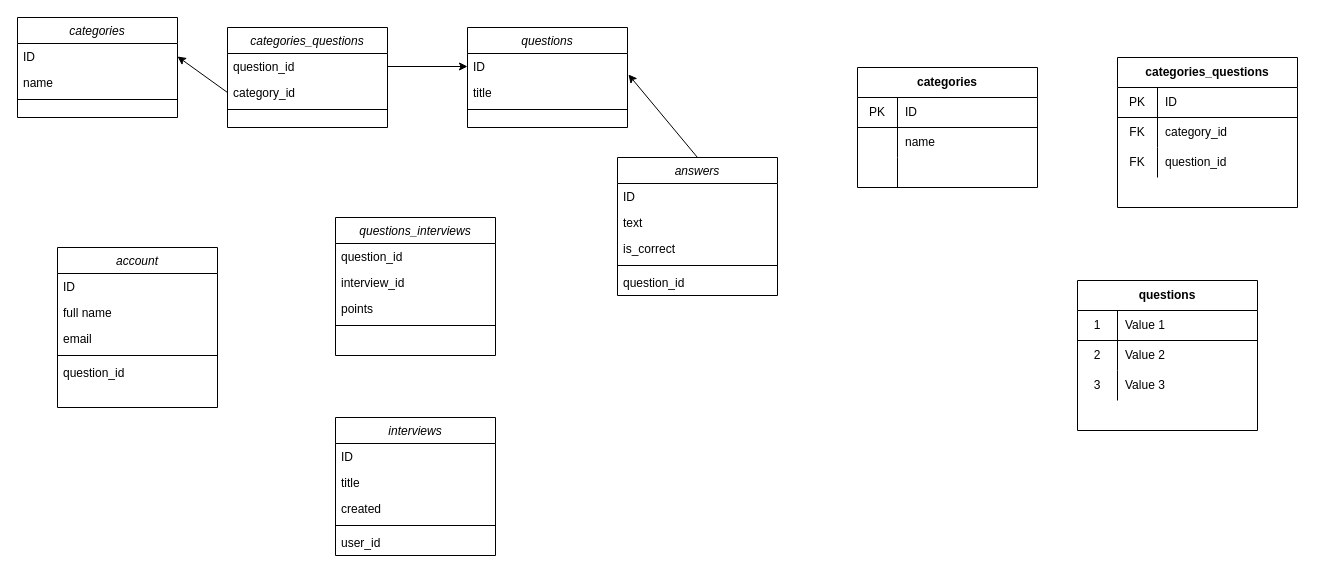
This is Untitled Diagram.drawio from marina-bozic/s3-terraform, a draw.io file, before an edit. Source tidied: cells renumbered, new cells numbered last; positions are measured from the earlier drawing's top-left corner, leaving out a move shared by most shapes. Both pictures are drawn from the tidied source at 100%, with x=0, y=0 at pixel (17, 17).
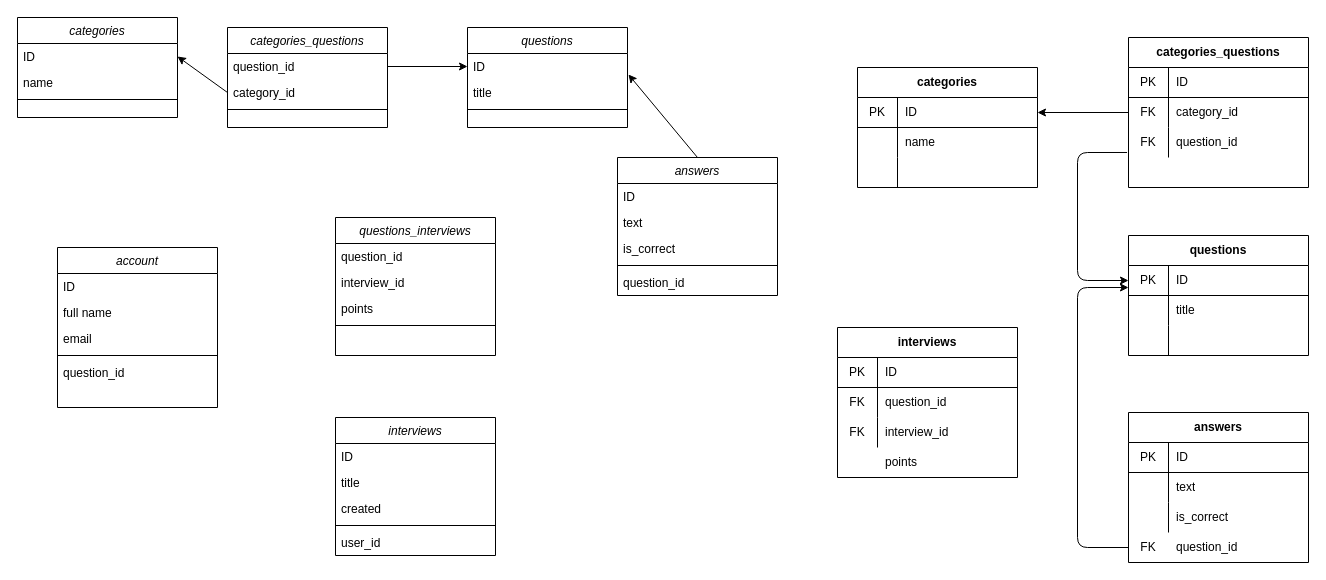
After the change.

Unchanged cells that the change refers to:
```xml
<mxCell id="41" style="shape=partialRectangle;html=1;whiteSpace=wrap;fillColor=none;top=0;left=0;bottom=1;right=0;points=[[0,0.5],[1,0.5]];portConstraint=eastwest;" parent="40" vertex="1">
  <mxGeometry y="30" width="180" height="30" as="geometry" />
</mxCell>
<mxCell id="54" style="shape=partialRectangle;html=1;whiteSpace=wrap;fillColor=none;top=0;left=0;bottom=0;right=0;points=[[0,0.5],[1,0.5]];portConstraint=eastwest;" parent="50" vertex="1">
  <mxGeometry y="60" width="180" height="30" as="geometry" />
</mxCell>
<mxCell id="57" style="shape=partialRectangle;html=1;whiteSpace=wrap;fillColor=none;top=0;left=0;bottom=0;right=0;points=[[0,0.5],[1,0.5]];portConstraint=eastwest;" parent="50" vertex="1">
  <mxGeometry y="90" width="180" height="30" as="geometry" />
</mxCell>
<mxCell id="61" style="shape=partialRectangle;html=1;whiteSpace=wrap;fillColor=none;top=0;left=0;bottom=1;right=0;points=[[0,0.5],[1,0.5]];portConstraint=eastwest;" parent="60" vertex="1">
  <mxGeometry y="30" width="180" height="30" as="geometry" />
</mxCell>
<mxCell id="64" style="shape=partialRectangle;html=1;whiteSpace=wrap;fillColor=none;top=0;left=0;bottom=0;right=0;" parent="60" vertex="1">
  <mxGeometry y="60" width="180" height="30" as="geometry" />
</mxCell>
<mxCell id="67" style="shape=partialRectangle;html=1;whiteSpace=wrap;fillColor=none;top=0;left=0;bottom=0;right=0;" parent="60" vertex="1">
  <mxGeometry y="90" width="180" height="30" as="geometry" />
</mxCell>
```

Diff of the diagram source:
```diff
@@
     <mxCell id="50" value="categories_questions" style="shape=table;html=1;whiteSpace=wrap;startSize=30;childLayout=tableLayout;rowLines=0;fontStyle=1;align=center;" parent="1" vertex="1">
-      <mxGeometry x="1100" y="40" width="180" height="150" as="geometry" />
+      <mxGeometry x="1111" y="20" width="180" height="150" as="geometry" />
     </mxCell>
@@
     <mxCell id="60" value="questions" style="shape=table;html=1;whiteSpace=wrap;startSize=30;childLayout=tableLayout;rowLines=0;fontStyle=1;align=center;" parent="1" vertex="1">
-      <mxGeometry x="1060" y="263" width="180" height="150" as="geometry" />
+      <mxGeometry x="1111" y="218" width="180" height="120" as="geometry" />
     </mxCell>
@@
-    <mxCell id="62" value="1" style="shape=partialRectangle;html=1;whiteSpace=wrap;fillColor=none;top=0;left=0;bottom=0;right=0;overflow=hidden;" parent="61" vertex="1">
+    <mxCell id="62" value="PK" style="shape=partialRectangle;html=1;whiteSpace=wrap;fillColor=none;top=0;left=0;bottom=0;right=0;overflow=hidden;" parent="61" vertex="1">
       <mxGeometry width="40" height="30" as="geometry" />
     </mxCell>
-    <mxCell id="63" value="Value 1" style="shape=partialRectangle;html=1;whiteSpace=wrap;fillColor=none;top=0;left=0;bottom=0;right=0;align=left;spacingLeft=6;overflow=hidden;" parent="61" vertex="1">
+    <mxCell id="63" value="ID" style="shape=partialRectangle;html=1;whiteSpace=wrap;fillColor=none;top=0;left=0;bottom=0;right=0;align=left;spacingLeft=6;overflow=hidden;" parent="61" vertex="1">
       <mxGeometry x="40" width="140" height="30" as="geometry" />
     </mxCell>
@@
-    <mxCell id="65" value="2" style="shape=partialRectangle;html=1;whiteSpace=wrap;fillColor=none;top=0;left=0;bottom=0;right=0;overflow=hidden;" parent="64" vertex="1">
+    <mxCell id="65" style="shape=partialRectangle;html=1;whiteSpace=wrap;fillColor=none;top=0;left=0;bottom=0;right=0;overflow=hidden;" parent="64" vertex="1">
       <mxGeometry width="40" height="30" as="geometry" />
     </mxCell>
-    <mxCell id="66" value="Value 2" style="shape=partialRectangle;html=1;whiteSpace=wrap;fillColor=none;top=0;left=0;bottom=0;right=0;align=left;spacingLeft=6;overflow=hidden;" parent="64" vertex="1">
+    <mxCell id="66" value="title" style="shape=partialRectangle;html=1;whiteSpace=wrap;fillColor=none;top=0;left=0;bottom=0;right=0;align=left;spacingLeft=6;overflow=hidden;" parent="64" vertex="1">
       <mxGeometry x="40" width="140" height="30" as="geometry" />
     </mxCell>
@@
-    <mxCell id="68" value="3" style="shape=partialRectangle;html=1;whiteSpace=wrap;fillColor=none;top=0;left=0;bottom=0;right=0;overflow=hidden;" parent="67" vertex="1">
+    <mxCell id="68" style="shape=partialRectangle;html=1;whiteSpace=wrap;fillColor=none;top=0;left=0;bottom=0;right=0;overflow=hidden;" parent="67" vertex="1">
       <mxGeometry width="40" height="30" as="geometry" />
     </mxCell>
-    <mxCell id="69" value="Value 3" style="shape=partialRectangle;html=1;whiteSpace=wrap;fillColor=none;top=0;left=0;bottom=0;right=0;align=left;spacingLeft=6;overflow=hidden;" parent="67" vertex="1">
+    <mxCell id="69" style="shape=partialRectangle;html=1;whiteSpace=wrap;fillColor=none;top=0;left=0;bottom=0;right=0;align=left;spacingLeft=6;overflow=hidden;" parent="67" vertex="1">
       <mxGeometry x="40" width="140" height="30" as="geometry" />
     </mxCell>
+    <mxCell id="70" value="answers" style="shape=table;html=1;whiteSpace=wrap;startSize=30;childLayout=tableLayout;rowLines=0;fontStyle=1;align=center;" parent="1" vertex="1">
+      <mxGeometry x="1111" y="395" width="180" height="150" as="geometry" />
+    </mxCell>
+    <mxCell id="71" style="shape=partialRectangle;html=1;whiteSpace=wrap;fillColor=none;top=0;left=0;bottom=1;right=0;" parent="70" vertex="1">
+      <mxGeometry y="30" width="180" height="30" as="geometry" />
+    </mxCell>
+    <mxCell id="72" value="PK" style="shape=partialRectangle;html=1;whiteSpace=wrap;fillColor=none;top=0;left=0;bottom=0;right=0;overflow=hidden;" parent="71" vertex="1">
+      <mxGeometry width="40" height="30" as="geometry" />
+    </mxCell>
+    <mxCell id="73" value="ID" style="shape=partialRectangle;html=1;whiteSpace=wrap;fillColor=none;top=0;left=0;bottom=0;right=0;align=left;spacingLeft=6;overflow=hidden;" parent="71" vertex="1">
+      <mxGeometry x="40" width="140" height="30" as="geometry" />
+    </mxCell>
+    <mxCell id="74" style="shape=partialRectangle;html=1;whiteSpace=wrap;fillColor=none;top=0;left=0;bottom=0;right=0;" parent="70" vertex="1">
+      <mxGeometry y="60" width="180" height="30" as="geometry" />
+    </mxCell>
+    <mxCell id="75" style="shape=partialRectangle;html=1;whiteSpace=wrap;fillColor=none;top=0;left=0;bottom=0;right=0;overflow=hidden;" parent="74" vertex="1">
+      <mxGeometry width="40" height="30" as="geometry" />
+    </mxCell>
+    <mxCell id="76" value="text" style="shape=partialRectangle;html=1;whiteSpace=wrap;fillColor=none;top=0;left=0;bottom=0;right=0;align=left;spacingLeft=6;overflow=hidden;" parent="74" vertex="1">
+      <mxGeometry x="40" width="140" height="30" as="geometry" />
+    </mxCell>
+    <mxCell id="77" style="shape=partialRectangle;html=1;whiteSpace=wrap;fillColor=none;top=0;left=0;bottom=0;right=0;" parent="70" vertex="1">
+      <mxGeometry y="90" width="180" height="30" as="geometry" />
+    </mxCell>
+    <mxCell id="78" style="shape=partialRectangle;html=1;whiteSpace=wrap;fillColor=none;top=0;left=0;bottom=0;right=0;overflow=hidden;" parent="77" vertex="1">
+      <mxGeometry width="40" height="30" as="geometry" />
+    </mxCell>
+    <mxCell id="79" value="is_correct" style="shape=partialRectangle;html=1;whiteSpace=wrap;fillColor=none;top=0;left=0;bottom=0;right=0;align=left;spacingLeft=6;overflow=hidden;" parent="77" vertex="1">
+      <mxGeometry x="40" width="140" height="30" as="geometry" />
+    </mxCell>
+    <mxCell id="80" style="endArrow=classic;html=1;exitX=0;exitY=0.5;exitDx=0;exitDy=0;entryX=1;entryY=0.5;entryDx=0;entryDy=0;" parent="1" edge="1" source="54" target="41">
+      <mxGeometry relative="1" as="geometry" />
+    </mxCell>
+    <mxCell id="81" value="question_id" style="shape=partialRectangle;html=1;whiteSpace=wrap;fillColor=none;top=0;left=0;bottom=0;right=0;align=left;spacingLeft=6;overflow=hidden;" parent="1" vertex="1">
+      <mxGeometry x="1151" y="515" width="140" height="30" as="geometry" />
+    </mxCell>
+    <mxCell id="82" value="FK" style="shape=partialRectangle;html=1;whiteSpace=wrap;fillColor=none;top=0;left=0;bottom=0;right=0;overflow=hidden;" parent="1" vertex="1">
+      <mxGeometry x="1111" y="515" width="40" height="30" as="geometry" />
+    </mxCell>
+    <mxCell id="83" style="endArrow=classic;html=1;" parent="1" edge="1">
+      <mxGeometry relative="1" as="geometry">
+        <mxPoint x="1111" y="530" as="sourcePoint" />
+        <mxPoint x="1111" y="270" as="targetPoint" />
+        <Array as="points">
+          <mxPoint x="1060" y="530" />
+          <mxPoint x="1060" y="270" />
+        </Array>
+      </mxGeometry>
+    </mxCell>
+    <mxCell id="84" style="endArrow=classic;html=1;exitX=-0.008;exitY=0.833;exitDx=0;exitDy=0;entryX=0;entryY=0.5;entryDx=0;entryDy=0;exitPerimeter=0;" parent="1" edge="1" source="57" target="61">
+      <mxGeometry relative="1" as="geometry">
+        <Array as="points">
+          <mxPoint x="1060" y="135" />
+          <mxPoint x="1060" y="263" />
+        </Array>
+      </mxGeometry>
+    </mxCell>
+    <mxCell id="85" value="interviews" style="shape=table;html=1;whiteSpace=wrap;startSize=30;childLayout=tableLayout;rowLines=0;fontStyle=1;align=center;" parent="1" vertex="1">
+      <mxGeometry x="820" y="310" width="180" height="150" as="geometry" />
+    </mxCell>
+    <mxCell id="86" style="shape=partialRectangle;html=1;whiteSpace=wrap;fillColor=none;top=0;left=0;bottom=1;right=0;" parent="85" vertex="1">
+      <mxGeometry y="30" width="180" height="30" as="geometry" />
+    </mxCell>
+    <mxCell id="87" value="PK" style="shape=partialRectangle;html=1;whiteSpace=wrap;fillColor=none;top=0;left=0;bottom=0;right=0;overflow=hidden;" parent="86" vertex="1">
+      <mxGeometry width="40" height="30" as="geometry" />
+    </mxCell>
+    <mxCell id="88" value="ID" style="shape=partialRectangle;html=1;whiteSpace=wrap;fillColor=none;top=0;left=0;bottom=0;right=0;align=left;spacingLeft=6;overflow=hidden;" parent="86" vertex="1">
+      <mxGeometry x="40" width="140" height="30" as="geometry" />
+    </mxCell>
+    <mxCell id="89" style="shape=partialRectangle;html=1;whiteSpace=wrap;fillColor=none;top=0;left=0;bottom=0;right=0;" parent="85" vertex="1">
+      <mxGeometry y="60" width="180" height="30" as="geometry" />
+    </mxCell>
+    <mxCell id="90" value="FK" style="shape=partialRectangle;html=1;whiteSpace=wrap;fillColor=none;top=0;left=0;bottom=0;right=0;overflow=hidden;" parent="89" vertex="1">
+      <mxGeometry width="40" height="30" as="geometry" />
+    </mxCell>
+    <mxCell id="91" value="question_id" style="shape=partialRectangle;html=1;whiteSpace=wrap;fillColor=none;top=0;left=0;bottom=0;right=0;align=left;spacingLeft=6;overflow=hidden;" parent="89" vertex="1">
+      <mxGeometry x="40" width="140" height="30" as="geometry" />
+    </mxCell>
+    <mxCell id="92" style="shape=partialRectangle;html=1;whiteSpace=wrap;fillColor=none;top=0;left=0;bottom=0;right=0;" parent="85" vertex="1">
+      <mxGeometry y="90" width="180" height="30" as="geometry" />
+    </mxCell>
+    <mxCell id="93" value="FK" style="shape=partialRectangle;html=1;whiteSpace=wrap;fillColor=none;top=0;left=0;bottom=0;right=0;overflow=hidden;" parent="92" vertex="1">
+      <mxGeometry width="40" height="30" as="geometry" />
+    </mxCell>
+    <mxCell id="94" value="interview_id" style="shape=partialRectangle;html=1;whiteSpace=wrap;fillColor=none;top=0;left=0;bottom=0;right=0;align=left;spacingLeft=6;overflow=hidden;" parent="92" vertex="1">
+      <mxGeometry x="40" width="140" height="30" as="geometry" />
+    </mxCell>
+    <mxCell id="95" value="points" style="shape=partialRectangle;html=1;whiteSpace=wrap;fillColor=none;top=0;left=0;bottom=0;right=0;align=left;spacingLeft=6;overflow=hidden;" parent="1" vertex="1">
+      <mxGeometry x="860" y="430" width="140" height="30" as="geometry" />
+    </mxCell>
```
